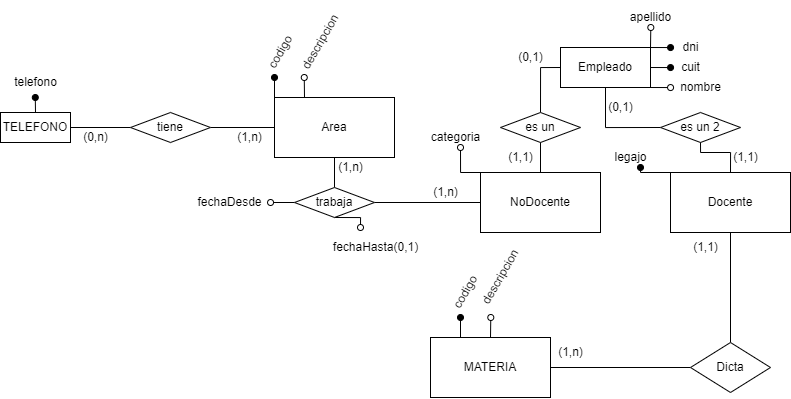
agusrnfr/DBD keeps this draw.io diagram as PRACTICA 2/Parte2/Ejercicio3/Ejercicio3-logico.png. Above is the earlier version. Source tidied: cells renumbered, new cells last; positions are measured from the earlier drawing's top-left corner, leaving out a move shared by most shapes.
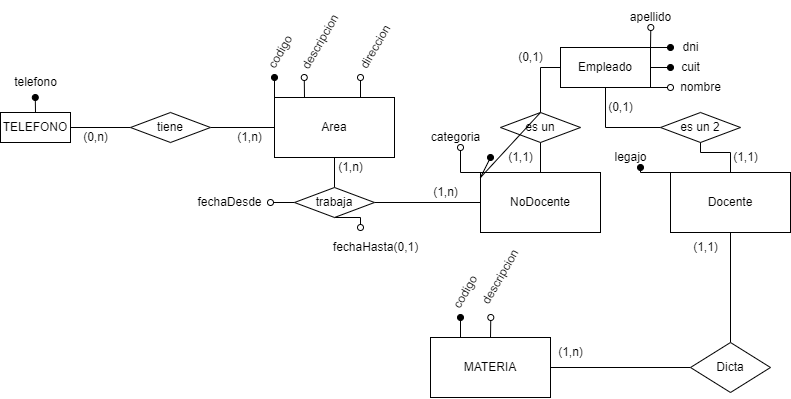
The same diagram one commit later.

Change to the diagram source:
```diff
@@ -18,6 +18,11 @@
     <mxCell id="5" style="edgeStyle=orthogonalEdgeStyle;rounded=0;jettySize=auto;html=1;exitX=0.5;exitY=1;exitDx=0;exitDy=0;entryX=0.5;entryY=0;entryDx=0;entryDy=0;endArrow=none;endFill=0;" parent="1" edge="1" source="6" target="19">
       <mxGeometry relative="1" as="geometry" />
     </mxCell>
+    <mxCell id="59" style="edgeStyle=orthogonalEdgeStyle;rounded=0;jettySize=auto;html=1;exitX=0.75;exitY=0;exitDx=0;exitDy=0;endArrow=oval;endFill=0;" parent="1" edge="1" source="6">
+      <mxGeometry relative="1" as="geometry">
+        <mxPoint x="360" y="75" as="targetPoint" />
+      </mxGeometry>
+    </mxCell>
     <mxCell id="6" value="Area" style="whiteSpace=wrap;html=1;" parent="1" vertex="1">
       <mxGeometry x="274" y="95" width="120" height="60" as="geometry" />
     </mxCell>
@@ -199,5 +204,16 @@
     <mxCell id="58" value="(1,n)" style="text;html=1;align=center;verticalAlign=middle;strokeColor=none;fillColor=none;" parent="1" vertex="1">
       <mxGeometry x="545" y="335" width="50" height="30" as="geometry" />
     </mxCell>
+    <mxCell id="60" style="endArrow=none;html=1;rounded=0;entryX=0.5;entryY=0;entryDx=0;entryDy=0;startArrow=oval;startFill=1;" parent="1" edge="1" target="35">
+      <mxGeometry relative="1" as="geometry">
+        <mxPoint x="490" y="155" as="sourcePoint" />
+        <Array as="points">
+          <mxPoint x="480" y="175" />
+        </Array>
+      </mxGeometry>
+    </mxCell>
+    <mxCell id="61" value="direccion" style="text;html=1;align=center;verticalAlign=middle;strokeColor=none;fillColor=none;rotation=300;" parent="1" vertex="1">
+      <mxGeometry x="340" y="30" width="70" height="30" as="geometry" />
+    </mxCell>
   </root>
 </mxGraphModel>
```
